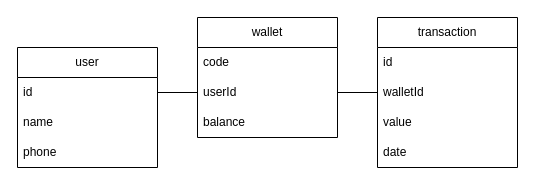
Before: uml.drawio in mathehm/card-consumer-back, a draw.io diagram. Source tidied: cells renumbered, new cells numbered last; positions are measured from the earlier drawing's top-left corner, leaving out a move shared by most shapes. Both pictures are drawn from the tidied source at 100%, with x=0, y=0 at pixel (17, 17).
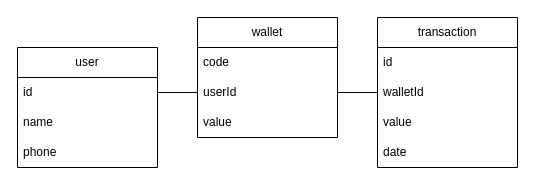
Above is the later version.

The edit, as a diff of the source:
```diff
@@
 <mxGraphModel>
   <root>
     <mxCell id="0" />
     <mxCell id="1" parent="0" />
     <mxCell id="2" value="wallet" style="swimlane;fontStyle=0;horizontal=1;startSize=30;whiteSpace=wrap;html=1;" parent="1" vertex="1">
       <mxGeometry x="180" width="140" height="120" as="geometry" />
     </mxCell>
     <mxCell id="3" value="code" style="text;strokeColor=none;fillColor=none;align=left;verticalAlign=middle;spacingLeft=4;spacingRight=4;overflow=hidden;whiteSpace=wrap;html=1;" parent="2" vertex="1">
       <mxGeometry y="30" width="140" height="30" as="geometry" />
     </mxCell>
     <mxCell id="4" value="userId" style="text;strokeColor=none;fillColor=none;align=left;verticalAlign=middle;spacingLeft=4;spacingRight=4;overflow=hidden;points=[[0,0.5],[1,0.5]];portConstraint=eastwest;whiteSpace=wrap;html=1;" parent="2" vertex="1">
       <mxGeometry y="60" width="140" height="30" as="geometry" />
     </mxCell>
-    <mxCell id="5" value="balance" style="text;strokeColor=none;fillColor=none;align=left;verticalAlign=middle;spacingLeft=4;spacingRight=4;overflow=hidden;whiteSpace=wrap;html=1;" parent="2" vertex="1">
+    <mxCell id="5" value="value" style="text;strokeColor=none;fillColor=none;align=left;verticalAlign=middle;spacingLeft=4;spacingRight=4;overflow=hidden;whiteSpace=wrap;html=1;" parent="2" vertex="1">
       <mxGeometry y="90" width="140" height="30" as="geometry" />
     </mxCell>
     <mxCell id="6" value="user" style="swimlane;fontStyle=0;horizontal=1;startSize=30;whiteSpace=wrap;html=1;" parent="1" vertex="1">
       <mxGeometry y="30" width="140" height="120" as="geometry" />
     </mxCell>
     <mxCell id="7" value="id" style="text;strokeColor=none;fillColor=none;align=left;verticalAlign=middle;spacingLeft=4;spacingRight=4;overflow=hidden;points=[[0,0.5],[1,0.5]];portConstraint=eastwest;whiteSpace=wrap;html=1;" parent="6" vertex="1">
       <mxGeometry y="30" width="140" height="30" as="geometry" />
     </mxCell>
     <mxCell id="8" value="name" style="text;strokeColor=none;fillColor=none;align=left;verticalAlign=middle;spacingLeft=4;spacingRight=4;overflow=hidden;whiteSpace=wrap;html=1;" parent="6" vertex="1">
       <mxGeometry y="60" width="140" height="30" as="geometry" />
     </mxCell>
     <mxCell id="9" value="phone" style="text;strokeColor=none;fillColor=none;align=left;verticalAlign=middle;spacingLeft=4;spacingRight=4;overflow=hidden;whiteSpace=wrap;html=1;" parent="6" vertex="1">
       <mxGeometry y="90" width="140" height="30" as="geometry" />
     </mxCell>
     <mxCell id="10" value="transaction" style="swimlane;fontStyle=0;horizontal=1;startSize=30;whiteSpace=wrap;html=1;" parent="1" vertex="1">
       <mxGeometry x="360" width="140" height="150" as="geometry" />
     </mxCell>
     <mxCell id="11" value="id" style="text;strokeColor=none;fillColor=none;align=left;verticalAlign=middle;spacingLeft=4;spacingRight=4;overflow=hidden;whiteSpace=wrap;html=1;" parent="10" vertex="1">
       <mxGeometry y="30" width="140" height="30" as="geometry" />
     </mxCell>
     <mxCell id="12" value="walletId" style="text;strokeColor=none;fillColor=none;align=left;verticalAlign=middle;spacingLeft=4;spacingRight=4;overflow=hidden;points=[[0,0.5],[1,0.5]];portConstraint=eastwest;whiteSpace=wrap;html=1;" parent="10" vertex="1">
       <mxGeometry y="60" width="140" height="30" as="geometry" />
     </mxCell>
     <mxCell id="13" value="value" style="text;strokeColor=none;fillColor=none;align=left;verticalAlign=middle;spacingLeft=4;spacingRight=4;overflow=hidden;whiteSpace=wrap;html=1;" parent="10" vertex="1">
       <mxGeometry y="90" width="140" height="30" as="geometry" />
     </mxCell>
     <mxCell id="14" value="date" style="text;strokeColor=none;fillColor=none;align=left;verticalAlign=middle;spacingLeft=4;spacingRight=4;overflow=hidden;whiteSpace=wrap;html=1;" parent="10" vertex="1">
       <mxGeometry y="120" width="140" height="30" as="geometry" />
     </mxCell>
     <mxCell id="15" style="endArrow=none;html=1;exitX=1;exitY=0.5;exitDx=0;exitDy=0;entryX=0;entryY=0.5;entryDx=0;entryDy=0;" parent="1" edge="1" source="7" target="4">
       <mxGeometry relative="1" as="geometry" />
     </mxCell>
     <mxCell id="16" style="endArrow=none;html=1;entryX=0;entryY=0.5;entryDx=0;entryDy=0;exitX=1;exitY=0.5;exitDx=0;exitDy=0;" parent="1" edge="1" source="4" target="12">
       <mxGeometry relative="1" as="geometry" />
     </mxCell>
   </root>
 </mxGraphModel>
```
